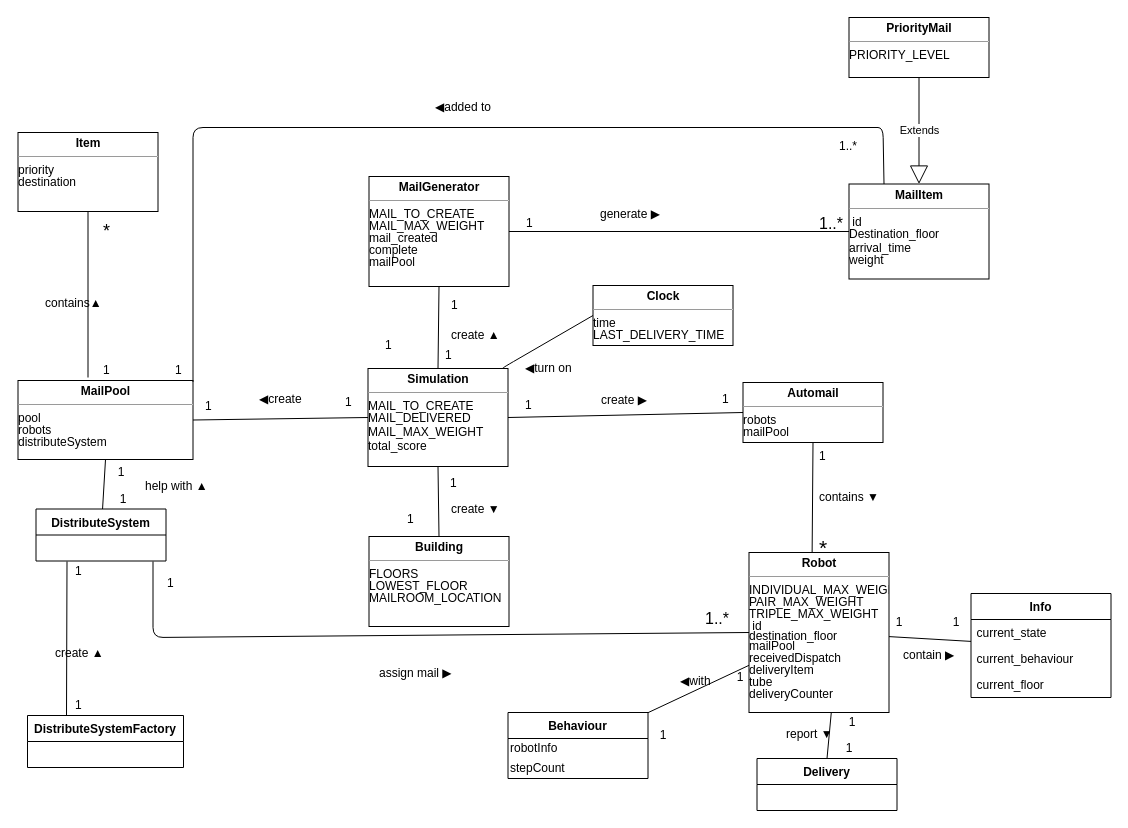
Earlier version of the draw.io diagram StaticDomainModel.drawio (PuKaiShen/SWEN30006). Source tidied: cells renumbered, new cells numbered last; positions are measured from the earlier drawing's top-left corner, leaving out a move shared by most shapes. Both pictures are drawn from the tidied source at 100%, with x=0, y=0 at pixel (17, 17).
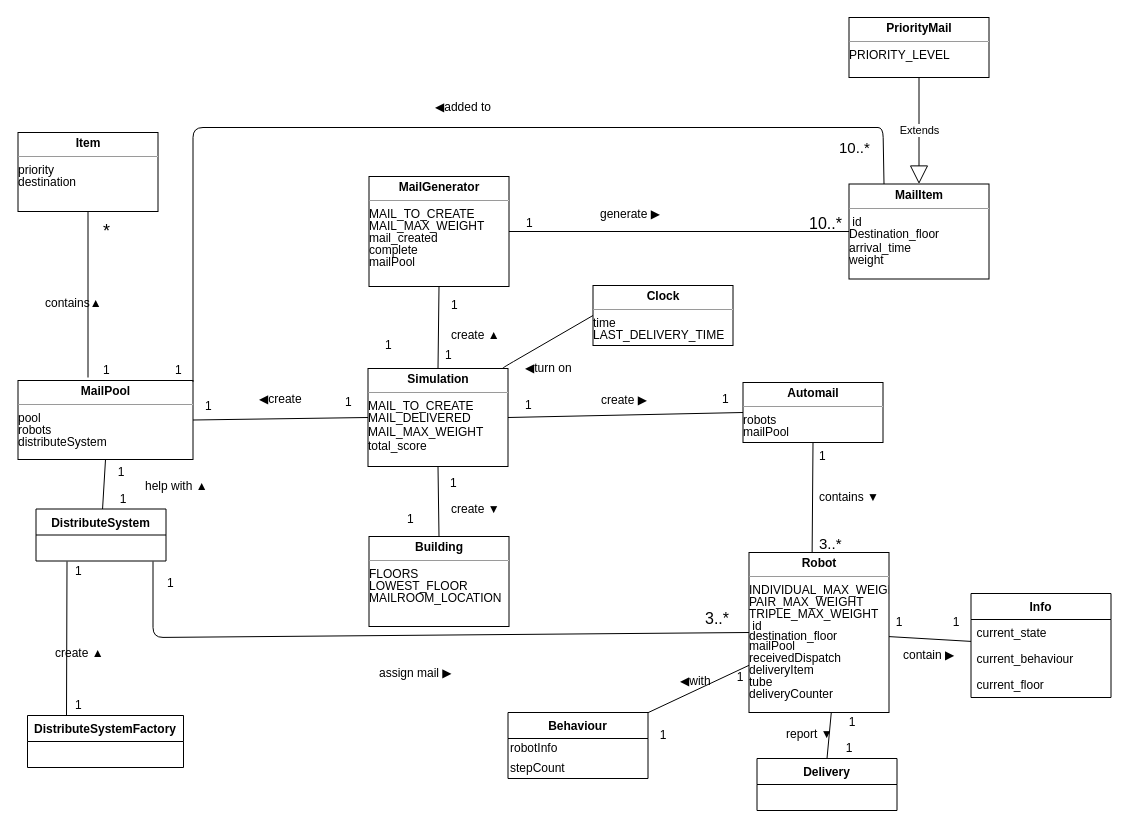
After the change.

Commit message (it also covers changes not shown here):
changed domain class, final

Change to the diagram source:
```diff
@@
-    <mxCell id="29" value="&lt;font style=&quot;font-size: 21px&quot;&gt;*&lt;/font&gt;" style="text;html=1;align=left;verticalAlign=top;spacingTop=-4;" parent="1" vertex="1">
-      <mxGeometry x="799.5" y="515" width="20" height="20" as="geometry" />
+    <mxCell id="29" value="&lt;font style=&quot;font-size: 15px&quot;&gt;3..*&lt;/font&gt;" style="text;html=1;align=left;verticalAlign=top;spacingTop=-4;" parent="1" vertex="1">
+      <mxGeometry x="799.5" y="515" width="40" height="20" as="geometry" />
     </mxCell>
@@
-    <mxCell id="41" value="&lt;font style=&quot;font-size: 16px&quot;&gt;1..*&lt;/font&gt;" style="text;html=1;align=left;verticalAlign=top;spacingTop=-4;" parent="1" vertex="1">
-      <mxGeometry x="799.5" y="194" width="40" height="20" as="geometry" />
+    <mxCell id="41" value="&lt;font style=&quot;font-size: 16px&quot;&gt;10..*&lt;/font&gt;" style="text;html=1;align=left;verticalAlign=top;spacingTop=-4;" parent="1" vertex="1">
+      <mxGeometry x="789.5" y="194" width="50" height="20" as="geometry" />
     </mxCell>
@@
-    <mxCell id="47" value="1..*" style="text;html=1;" parent="1" vertex="1">
+    <mxCell id="47" value="&lt;font style=&quot;font-size: 15px&quot;&gt;10..*&lt;/font&gt;" style="text;html=1;" parent="1" vertex="1">
       <mxGeometry x="819.5" y="115" width="30" height="30" as="geometry" />
     </mxCell>
@@
-    <mxCell id="73" value="&lt;font style=&quot;font-size: 16px&quot;&gt;1..*&lt;/font&gt;" style="text;html=1;align=left;verticalAlign=top;spacingTop=-4;" parent="1" vertex="1">
+    <mxCell id="73" value="&lt;font style=&quot;font-size: 16px&quot;&gt;3..*&lt;/font&gt;" style="text;html=1;align=left;verticalAlign=top;spacingTop=-4;" parent="1" vertex="1">
       <mxGeometry x="685.5" y="589" width="40" height="20" as="geometry" />
     </mxCell>
```
